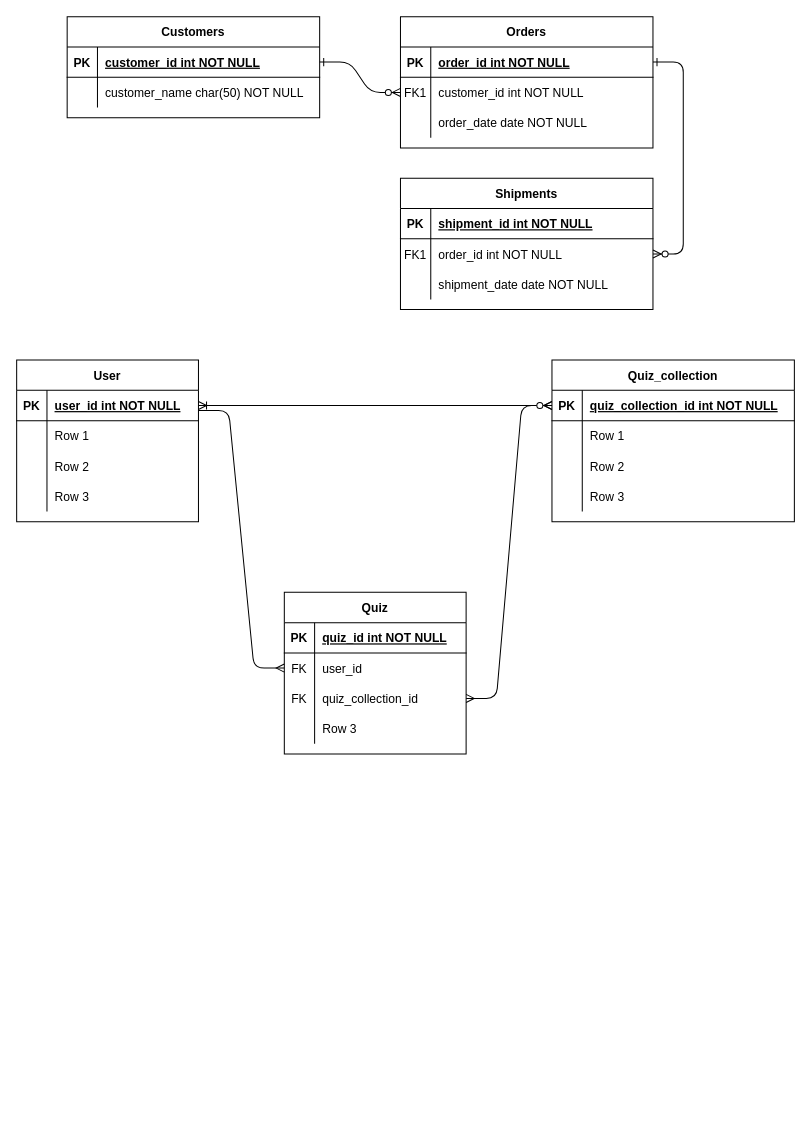
This is 名称未設定ファイル.drawio from blue-drill/kurenai-dorill.github.io, a draw.io file, before an edit. Source tidied: cells renumbered, new cells numbered last; positions are measured from the earlier drawing's top-left corner, leaving out a move shared by most shapes. Both pictures are drawn from the tidied source at 101%, with x=0, y=0 at pixel (16, 16).
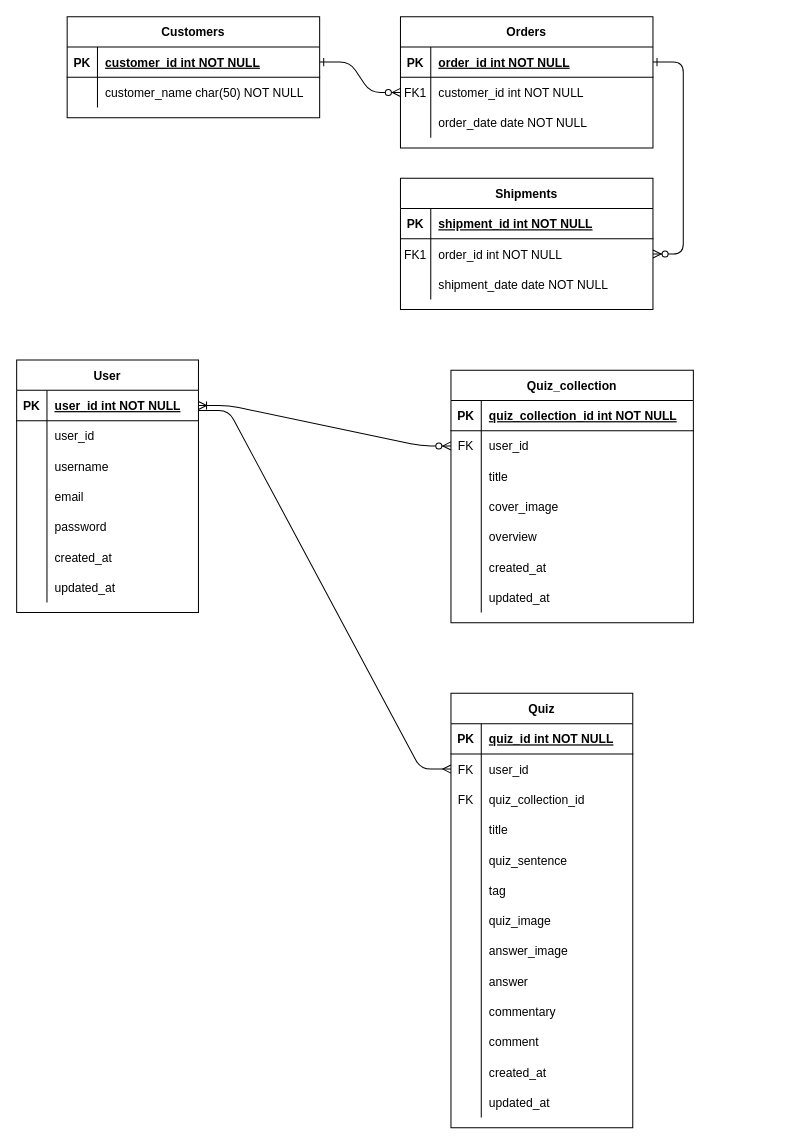
After the change.

Commit message:
とりあえず開発開始

The change refers to these unchanged cells:
```xml
<mxCell id="32" style="shape=partialRectangle;fillColor=none;top=0;left=0;bottom=1;right=0;points=[[0,0.5],[1,0.5]];portConstraint=eastwest;" parent="31" vertex="1">
  <mxGeometry y="30" width="180" height="30" as="geometry" />
</mxCell>
<mxCell id="35" style="shape=partialRectangle;fillColor=none;top=0;left=0;bottom=0;right=0;" parent="31" vertex="1">
  <mxGeometry y="60" width="180" height="30" as="geometry" />
</mxCell>
<mxCell id="38" style="shape=partialRectangle;fillColor=none;top=0;left=0;bottom=0;right=0;" parent="31" vertex="1">
  <mxGeometry y="90" width="180" height="30" as="geometry" />
</mxCell>
<mxCell id="41" style="shape=partialRectangle;fillColor=none;top=0;left=0;bottom=0;right=0;" parent="31" vertex="1">
  <mxGeometry y="120" width="180" height="30" as="geometry" />
</mxCell>
<mxCell id="51" style="shape=partialRectangle;fillColor=none;top=0;left=0;bottom=0;right=0;points=[[0,0.5],[1,0.5]];portConstraint=eastwest;" parent="44" vertex="1">
  <mxGeometry y="90" width="180" height="30" as="geometry" />
</mxCell>
<mxCell id="54" style="shape=partialRectangle;fillColor=none;top=0;left=0;bottom=0;right=0;" parent="44" vertex="1">
  <mxGeometry y="120" width="180" height="30" as="geometry" />
</mxCell>
<mxCell id="58" style="shape=partialRectangle;fillColor=none;top=0;left=0;bottom=1;right=0;points=[[0,0.5],[1,0.5]];portConstraint=eastwest;" parent="57" vertex="1">
  <mxGeometry y="30" width="240" height="30" as="geometry" />
</mxCell>
<mxCell id="61" style="shape=partialRectangle;fillColor=none;top=0;left=0;bottom=0;right=0;points=[[0,0.5],[1,0.5]];portConstraint=eastwest;" parent="57" vertex="1">
  <mxGeometry y="60" width="240" height="30" as="geometry" />
</mxCell>
<mxCell id="64" style="shape=partialRectangle;fillColor=none;top=0;left=0;bottom=0;right=0;" parent="57" vertex="1">
  <mxGeometry y="90" width="240" height="30" as="geometry" />
</mxCell>
<mxCell id="67" style="shape=partialRectangle;fillColor=none;top=0;left=0;bottom=0;right=0;" parent="57" vertex="1">
  <mxGeometry y="120" width="240" height="30" as="geometry" />
</mxCell>
```

Diff of the diagram source:
```diff
@@
     <mxCell id="31" value="User" style="shape=table;startSize=30;childLayout=tableLayout;rowLines=0;fontStyle=1;align=center;" parent="1" vertex="1">
-      <mxGeometry y="340" width="180" height="160" as="geometry" />
+      <mxGeometry y="340" width="180" height="250" as="geometry" />
     </mxCell>
@@
-    <mxCell id="37" value="Row 1" style="shape=partialRectangle;fillColor=none;top=0;left=0;bottom=0;right=0;align=left;spacingLeft=6;overflow=hidden;" parent="35" vertex="1">
+    <mxCell id="37" value="user_id" style="shape=partialRectangle;fillColor=none;top=0;left=0;bottom=0;right=0;align=left;spacingLeft=6;overflow=hidden;" parent="35" vertex="1">
       <mxGeometry x="30" width="150" height="30" as="geometry" />
     </mxCell>
@@
-    <mxCell id="40" value="Row 2" style="shape=partialRectangle;fillColor=none;top=0;left=0;bottom=0;right=0;align=left;spacingLeft=6;overflow=hidden;" parent="38" vertex="1">
+    <mxCell id="40" value="username" style="shape=partialRectangle;fillColor=none;top=0;left=0;bottom=0;right=0;align=left;spacingLeft=6;overflow=hidden;" parent="38" vertex="1">
       <mxGeometry x="30" width="150" height="30" as="geometry" />
     </mxCell>
@@
-    <mxCell id="43" value="Row 3" style="shape=partialRectangle;fillColor=none;top=0;left=0;bottom=0;right=0;align=left;spacingLeft=6;overflow=hidden;" parent="41" vertex="1">
+    <mxCell id="43" value="email" style="shape=partialRectangle;fillColor=none;top=0;left=0;bottom=0;right=0;align=left;spacingLeft=6;overflow=hidden;" parent="41" vertex="1">
       <mxGeometry x="30" width="150" height="30" as="geometry" />
     </mxCell>
+    <mxCell id="73" style="shape=partialRectangle;fillColor=none;top=0;left=0;bottom=0;right=0;" parent="31" vertex="1">
+      <mxGeometry y="150" width="180" height="30" as="geometry" />
+    </mxCell>
+    <mxCell id="74" style="shape=partialRectangle;fillColor=none;top=0;left=0;bottom=0;right=0;overflow=hidden;" parent="73" vertex="1">
+      <mxGeometry width="30" height="30" as="geometry" />
+    </mxCell>
+    <mxCell id="75" value="password" style="shape=partialRectangle;fillColor=none;top=0;left=0;bottom=0;right=0;align=left;spacingLeft=6;overflow=hidden;" parent="73" vertex="1">
+      <mxGeometry x="30" width="150" height="30" as="geometry" />
+    </mxCell>
+    <mxCell id="76" style="shape=partialRectangle;fillColor=none;top=0;left=0;bottom=0;right=0;" parent="31" vertex="1">
+      <mxGeometry y="180" width="180" height="30" as="geometry" />
+    </mxCell>
+    <mxCell id="77" style="shape=partialRectangle;fillColor=none;top=0;left=0;bottom=0;right=0;overflow=hidden;" parent="76" vertex="1">
+      <mxGeometry width="30" height="30" as="geometry" />
+    </mxCell>
+    <mxCell id="78" value="created_at" style="shape=partialRectangle;fillColor=none;top=0;left=0;bottom=0;right=0;align=left;spacingLeft=6;overflow=hidden;" parent="76" vertex="1">
+      <mxGeometry x="30" width="150" height="30" as="geometry" />
+    </mxCell>
+    <mxCell id="79" style="shape=partialRectangle;fillColor=none;top=0;left=0;bottom=0;right=0;" parent="31" vertex="1">
+      <mxGeometry y="210" width="180" height="30" as="geometry" />
+    </mxCell>
+    <mxCell id="80" style="shape=partialRectangle;fillColor=none;top=0;left=0;bottom=0;right=0;overflow=hidden;" parent="79" vertex="1">
+      <mxGeometry width="30" height="30" as="geometry" />
+    </mxCell>
+    <mxCell id="81" value="updated_at" style="shape=partialRectangle;fillColor=none;top=0;left=0;bottom=0;right=0;align=left;spacingLeft=6;overflow=hidden;" parent="79" vertex="1">
+      <mxGeometry x="30" width="150" height="30" as="geometry" />
+    </mxCell>
     <mxCell id="44" value="Quiz" style="shape=table;startSize=30;childLayout=tableLayout;rowLines=0;fontStyle=1;align=center;" parent="1" vertex="1">
-      <mxGeometry x="265" y="570" width="180" height="160" as="geometry" />
+      <mxGeometry x="430" y="670" width="180" height="430" as="geometry" />
     </mxCell>
@@
-    <mxCell id="56" value="Row 3" style="shape=partialRectangle;fillColor=none;top=0;left=0;bottom=0;right=0;align=left;spacingLeft=6;overflow=hidden;" parent="54" vertex="1">
+    <mxCell id="56" value="title" style="shape=partialRectangle;fillColor=none;top=0;left=0;bottom=0;right=0;align=left;spacingLeft=6;overflow=hidden;" parent="54" vertex="1">
       <mxGeometry x="30" width="150" height="30" as="geometry" />
     </mxCell>
+    <mxCell id="82" style="shape=partialRectangle;fillColor=none;top=0;left=0;bottom=0;right=0;" parent="44" vertex="1">
+      <mxGeometry y="150" width="180" height="30" as="geometry" />
+    </mxCell>
+    <mxCell id="83" style="shape=partialRectangle;fillColor=none;top=0;left=0;bottom=0;right=0;overflow=hidden;" parent="82" vertex="1">
+      <mxGeometry width="30" height="30" as="geometry" />
+    </mxCell>
+    <mxCell id="84" value="quiz_sentence" style="shape=partialRectangle;fillColor=none;top=0;left=0;bottom=0;right=0;align=left;spacingLeft=6;overflow=hidden;" parent="82" vertex="1">
+      <mxGeometry x="30" width="150" height="30" as="geometry" />
+    </mxCell>
+    <mxCell id="85" style="shape=partialRectangle;fillColor=none;top=0;left=0;bottom=0;right=0;" parent="44" vertex="1">
+      <mxGeometry y="180" width="180" height="30" as="geometry" />
+    </mxCell>
+    <mxCell id="86" style="shape=partialRectangle;fillColor=none;top=0;left=0;bottom=0;right=0;overflow=hidden;" parent="85" vertex="1">
+      <mxGeometry width="30" height="30" as="geometry" />
+    </mxCell>
+    <mxCell id="87" value="tag" style="shape=partialRectangle;fillColor=none;top=0;left=0;bottom=0;right=0;align=left;spacingLeft=6;overflow=hidden;" parent="85" vertex="1">
+      <mxGeometry x="30" width="150" height="30" as="geometry" />
+    </mxCell>
+    <mxCell id="88" style="shape=partialRectangle;fillColor=none;top=0;left=0;bottom=0;right=0;" parent="44" vertex="1">
+      <mxGeometry y="210" width="180" height="30" as="geometry" />
+    </mxCell>
+    <mxCell id="89" style="shape=partialRectangle;fillColor=none;top=0;left=0;bottom=0;right=0;overflow=hidden;" parent="88" vertex="1">
+      <mxGeometry width="30" height="30" as="geometry" />
+    </mxCell>
+    <mxCell id="90" value="quiz_image" style="shape=partialRectangle;fillColor=none;top=0;left=0;bottom=0;right=0;align=left;spacingLeft=6;overflow=hidden;" parent="88" vertex="1">
+      <mxGeometry x="30" width="150" height="30" as="geometry" />
+    </mxCell>
+    <mxCell id="91" style="shape=partialRectangle;fillColor=none;top=0;left=0;bottom=0;right=0;" parent="44" vertex="1">
+      <mxGeometry y="240" width="180" height="30" as="geometry" />
+    </mxCell>
+    <mxCell id="92" style="shape=partialRectangle;fillColor=none;top=0;left=0;bottom=0;right=0;overflow=hidden;" parent="91" vertex="1">
+      <mxGeometry width="30" height="30" as="geometry" />
+    </mxCell>
+    <mxCell id="93" value="answer_image" style="shape=partialRectangle;fillColor=none;top=0;left=0;bottom=0;right=0;align=left;spacingLeft=6;overflow=hidden;" parent="91" vertex="1">
+      <mxGeometry x="30" width="150" height="30" as="geometry" />
+    </mxCell>
+    <mxCell id="94" style="shape=partialRectangle;fillColor=none;top=0;left=0;bottom=0;right=0;" parent="44" vertex="1">
+      <mxGeometry y="270" width="180" height="30" as="geometry" />
+    </mxCell>
+    <mxCell id="95" style="shape=partialRectangle;fillColor=none;top=0;left=0;bottom=0;right=0;overflow=hidden;" parent="94" vertex="1">
+      <mxGeometry width="30" height="30" as="geometry" />
+    </mxCell>
+    <mxCell id="96" value="answer" style="shape=partialRectangle;fillColor=none;top=0;left=0;bottom=0;right=0;align=left;spacingLeft=6;overflow=hidden;" parent="94" vertex="1">
+      <mxGeometry x="30" width="150" height="30" as="geometry" />
+    </mxCell>
+    <mxCell id="97" style="shape=partialRectangle;fillColor=none;top=0;left=0;bottom=0;right=0;" parent="44" vertex="1">
+      <mxGeometry y="300" width="180" height="30" as="geometry" />
+    </mxCell>
+    <mxCell id="98" style="shape=partialRectangle;fillColor=none;top=0;left=0;bottom=0;right=0;overflow=hidden;" parent="97" vertex="1">
+      <mxGeometry width="30" height="30" as="geometry" />
+    </mxCell>
+    <mxCell id="99" value="commentary" style="shape=partialRectangle;fillColor=none;top=0;left=0;bottom=0;right=0;align=left;spacingLeft=6;overflow=hidden;" parent="97" vertex="1">
+      <mxGeometry x="30" width="150" height="30" as="geometry" />
+    </mxCell>
+    <mxCell id="100" style="shape=partialRectangle;fillColor=none;top=0;left=0;bottom=0;right=0;" parent="44" vertex="1">
+      <mxGeometry y="330" width="180" height="30" as="geometry" />
+    </mxCell>
+    <mxCell id="101" style="shape=partialRectangle;fillColor=none;top=0;left=0;bottom=0;right=0;overflow=hidden;" parent="100" vertex="1">
+      <mxGeometry width="30" height="30" as="geometry" />
+    </mxCell>
+    <mxCell id="102" value="comment" style="shape=partialRectangle;fillColor=none;top=0;left=0;bottom=0;right=0;align=left;spacingLeft=6;overflow=hidden;" parent="100" vertex="1">
+      <mxGeometry x="30" width="150" height="30" as="geometry" />
+    </mxCell>
+    <mxCell id="103" style="shape=partialRectangle;fillColor=none;top=0;left=0;bottom=0;right=0;" parent="44" vertex="1">
+      <mxGeometry y="360" width="180" height="30" as="geometry" />
+    </mxCell>
+    <mxCell id="104" style="shape=partialRectangle;fillColor=none;top=0;left=0;bottom=0;right=0;overflow=hidden;" parent="103" vertex="1">
+      <mxGeometry width="30" height="30" as="geometry" />
+    </mxCell>
+    <mxCell id="105" value="created_at" style="shape=partialRectangle;fillColor=none;top=0;left=0;bottom=0;right=0;align=left;spacingLeft=6;overflow=hidden;" parent="103" vertex="1">
+      <mxGeometry x="30" width="150" height="30" as="geometry" />
+    </mxCell>
+    <mxCell id="106" style="shape=partialRectangle;fillColor=none;top=0;left=0;bottom=0;right=0;" parent="44" vertex="1">
+      <mxGeometry y="390" width="180" height="30" as="geometry" />
+    </mxCell>
+    <mxCell id="107" style="shape=partialRectangle;fillColor=none;top=0;left=0;bottom=0;right=0;overflow=hidden;" parent="106" vertex="1">
+      <mxGeometry width="30" height="30" as="geometry" />
+    </mxCell>
+    <mxCell id="108" value="updated_at" style="shape=partialRectangle;fillColor=none;top=0;left=0;bottom=0;right=0;align=left;spacingLeft=6;overflow=hidden;" parent="106" vertex="1">
+      <mxGeometry x="30" width="150" height="30" as="geometry" />
+    </mxCell>
     <mxCell id="57" value="Quiz_collection" style="shape=table;startSize=30;childLayout=tableLayout;rowLines=0;fontStyle=1;align=center;" parent="1" vertex="1">
-      <mxGeometry x="530" y="340" width="240" height="160" as="geometry" />
+      <mxGeometry x="430" y="350" width="240" height="250" as="geometry" />
     </mxCell>
@@
-    <mxCell id="62" style="shape=partialRectangle;fillColor=none;top=0;left=0;bottom=0;right=0;overflow=hidden;" parent="61" vertex="1">
+    <mxCell id="62" value="FK" style="shape=partialRectangle;fillColor=none;top=0;left=0;bottom=0;right=0;overflow=hidden;" parent="61" vertex="1">
       <mxGeometry width="30" height="30" as="geometry" />
     </mxCell>
-    <mxCell id="63" value="Row 1" style="shape=partialRectangle;fillColor=none;top=0;left=0;bottom=0;right=0;align=left;spacingLeft=6;overflow=hidden;" parent="61" vertex="1">
+    <mxCell id="63" value="user_id" style="shape=partialRectangle;fillColor=none;top=0;left=0;bottom=0;right=0;align=left;spacingLeft=6;overflow=hidden;" parent="61" vertex="1">
       <mxGeometry x="30" width="210" height="30" as="geometry" />
     </mxCell>
@@
-    <mxCell id="66" value="Row 2" style="shape=partialRectangle;fillColor=none;top=0;left=0;bottom=0;right=0;align=left;spacingLeft=6;overflow=hidden;" parent="64" vertex="1">
+    <mxCell id="66" value="title" style="shape=partialRectangle;fillColor=none;top=0;left=0;bottom=0;right=0;align=left;spacingLeft=6;overflow=hidden;" parent="64" vertex="1">
       <mxGeometry x="30" width="210" height="30" as="geometry" />
     </mxCell>
@@
-    <mxCell id="69" value="Row 3" style="shape=partialRectangle;fillColor=none;top=0;left=0;bottom=0;right=0;align=left;spacingLeft=6;overflow=hidden;" parent="67" vertex="1">
+    <mxCell id="69" value="cover_image" style="shape=partialRectangle;fillColor=none;top=0;left=0;bottom=0;right=0;align=left;spacingLeft=6;overflow=hidden;" parent="67" vertex="1">
       <mxGeometry x="30" width="210" height="30" as="geometry" />
     </mxCell>
+    <mxCell id="109" style="shape=partialRectangle;fillColor=none;top=0;left=0;bottom=0;right=0;" parent="57" vertex="1">
+      <mxGeometry y="150" width="240" height="30" as="geometry" />
+    </mxCell>
+    <mxCell id="110" style="shape=partialRectangle;fillColor=none;top=0;left=0;bottom=0;right=0;overflow=hidden;" parent="109" vertex="1">
+      <mxGeometry width="30" height="30" as="geometry" />
+    </mxCell>
+    <mxCell id="111" value="overview" style="shape=partialRectangle;fillColor=none;top=0;left=0;bottom=0;right=0;align=left;spacingLeft=6;overflow=hidden;" parent="109" vertex="1">
+      <mxGeometry x="30" width="210" height="30" as="geometry" />
+    </mxCell>
+    <mxCell id="112" style="shape=partialRectangle;fillColor=none;top=0;left=0;bottom=0;right=0;" parent="57" vertex="1">
+      <mxGeometry y="180" width="240" height="30" as="geometry" />
+    </mxCell>
+    <mxCell id="113" style="shape=partialRectangle;fillColor=none;top=0;left=0;bottom=0;right=0;overflow=hidden;" parent="112" vertex="1">
+      <mxGeometry width="30" height="30" as="geometry" />
+    </mxCell>
+    <mxCell id="114" value="created_at" style="shape=partialRectangle;fillColor=none;top=0;left=0;bottom=0;right=0;align=left;spacingLeft=6;overflow=hidden;" parent="112" vertex="1">
+      <mxGeometry x="30" width="210" height="30" as="geometry" />
+    </mxCell>
+    <mxCell id="115" style="shape=partialRectangle;fillColor=none;top=0;left=0;bottom=0;right=0;" parent="57" vertex="1">
+      <mxGeometry y="210" width="240" height="30" as="geometry" />
+    </mxCell>
+    <mxCell id="116" style="shape=partialRectangle;fillColor=none;top=0;left=0;bottom=0;right=0;overflow=hidden;" parent="115" vertex="1">
+      <mxGeometry width="30" height="30" as="geometry" />
+    </mxCell>
+    <mxCell id="117" value="updated_at" style="shape=partialRectangle;fillColor=none;top=0;left=0;bottom=0;right=0;align=left;spacingLeft=6;overflow=hidden;" parent="115" vertex="1">
+      <mxGeometry x="30" width="210" height="30" as="geometry" />
+    </mxCell>
@@
-    <mxCell id="71" style="edgeStyle=entityRelationEdgeStyle;fontSize=12;html=1;endArrow=ERmany;startArrow=ERmany;entryX=0;entryY=0.5;entryDx=0;entryDy=0;" parent="1" edge="1" source="51" target="58">
-      <mxGeometry relative="1" as="geometry" />
-    </mxCell>
-    <mxCell id="72" style="edgeStyle=entityRelationEdgeStyle;fontSize=12;html=1;endArrow=ERoneToMany;startArrow=ERzeroToMany;" parent="1" edge="1" source="58" target="32">
+    <mxCell id="72" style="edgeStyle=entityRelationEdgeStyle;fontSize=12;html=1;endArrow=ERoneToMany;startArrow=ERzeroToMany;" parent="1" edge="1" source="61" target="32">
       <mxGeometry relative="1" as="geometry" />
     </mxCell>
```
